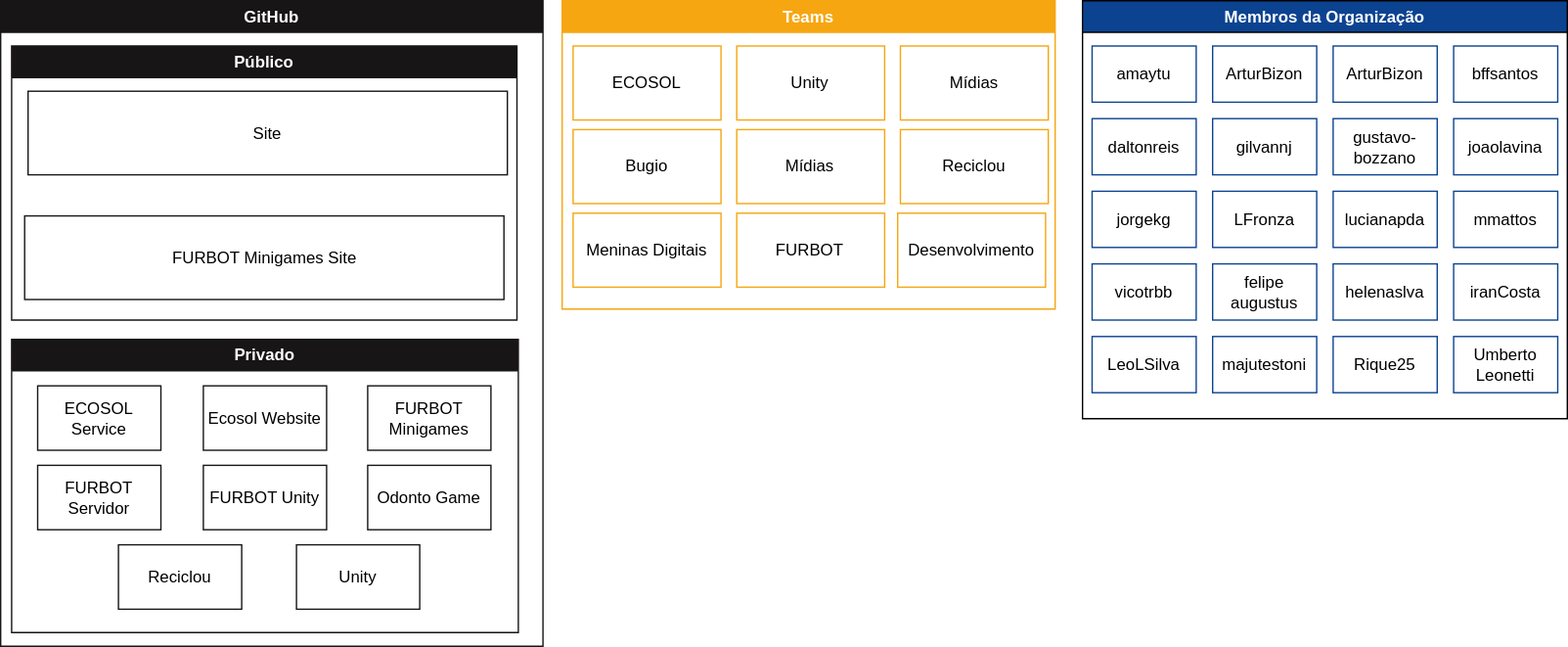
LDTTFURB/site keeps this draw.io diagram as organograma.drawio.svg. Above is the earlier version. Source tidied: cells renumbered, new cells last; positions are measured from the earlier drawing's top-left corner, leaving out a move shared by most shapes.
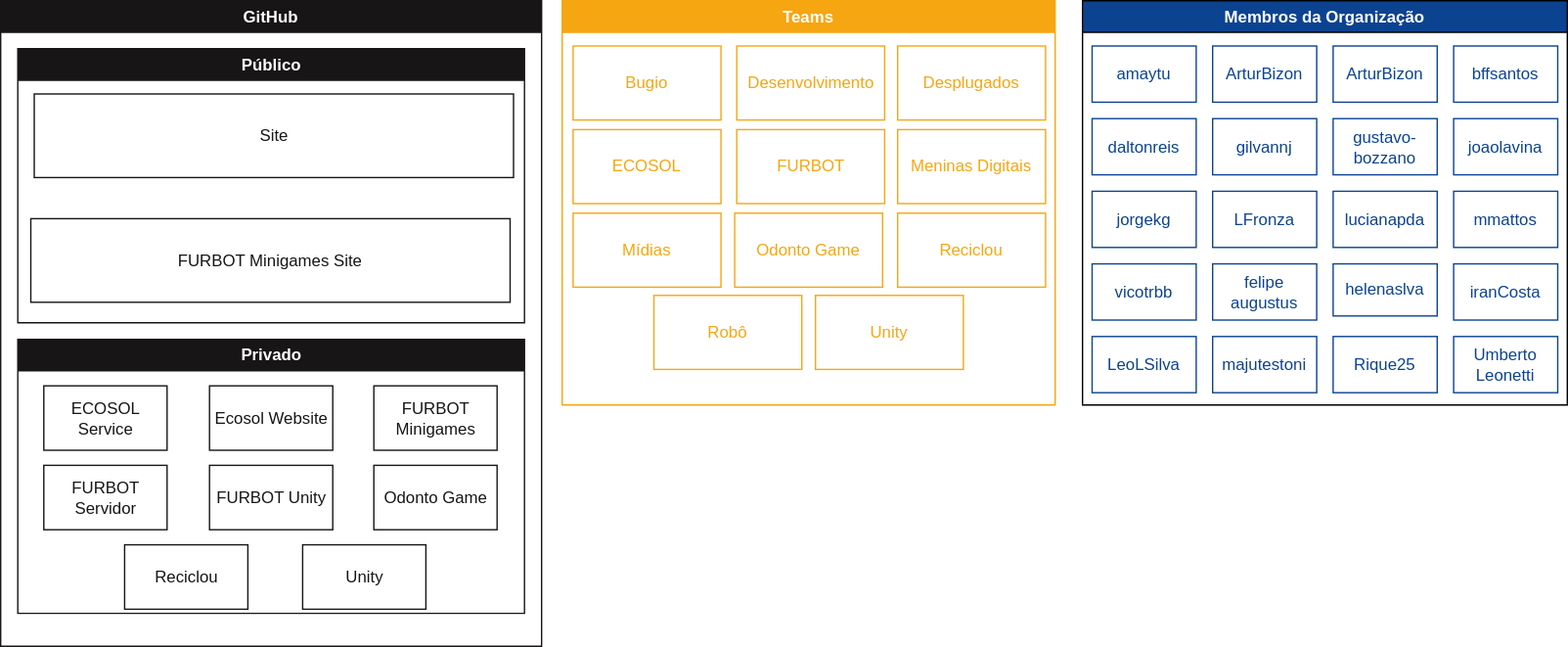
The same diagram one commit later.

Commit message:
organograma - fontes coloridas e fundo branco

What changed in the source:
```diff
@@ -3,136 +3,142 @@
     <mxCell id="0" />
     <mxCell id="1" parent="0" />
     <mxCell id="2" value="&lt;font color=&quot;#ffffff&quot;&gt;GitHub&lt;/font&gt;" style="swimlane;whiteSpace=wrap;html=1;fillColor=#171515;strokeColor=#171515;" parent="1" vertex="1">
-      <mxGeometry width="396" height="471" as="geometry" />
+      <mxGeometry width="395" height="471" as="geometry" />
     </mxCell>
     <mxCell id="3" value="&lt;font color=&quot;#ffffff&quot;&gt;Público&lt;/font&gt;" style="swimlane;whiteSpace=wrap;html=1;startSize=23;strokeColor=#171515;fillColor=#171515;" parent="2" vertex="1">
-      <mxGeometry x="8" y="33" width="369" height="200" as="geometry" />
+      <mxGeometry x="12.5" y="35" width="370" height="200" as="geometry" />
     </mxCell>
-    <mxCell id="4" value="Site" style="rounded=0;whiteSpace=wrap;html=1;strokeColor=#171515;" parent="3" vertex="1">
+    <mxCell id="4" value="&lt;font color=&quot;#171515&quot;&gt;Site&lt;/font&gt;" style="rounded=0;whiteSpace=wrap;html=1;strokeColor=#171515;fillColor=#FFFFFF;" parent="3" vertex="1">
       <mxGeometry x="12" y="33" width="350" height="61" as="geometry" />
     </mxCell>
-    <mxCell id="5" value="FURBOT Minigames Site" style="rounded=0;whiteSpace=wrap;html=1;gradientColor=none;strokeColor=#171515;" parent="3" vertex="1">
+    <mxCell id="5" value="&lt;font color=&quot;#171515&quot;&gt;FURBOT Minigames Site&lt;/font&gt;" style="rounded=0;whiteSpace=wrap;html=1;gradientColor=none;strokeColor=#171515;fillColor=#FFFFFF;" parent="3" vertex="1">
       <mxGeometry x="9.5" y="124" width="350" height="61" as="geometry" />
     </mxCell>
     <mxCell id="6" value="&lt;font color=&quot;#ffffff&quot;&gt;Privado&lt;/font&gt;" style="swimlane;whiteSpace=wrap;html=1;fillColor=#171515;strokeColor=#171515;startSize=23;" parent="2" vertex="1">
-      <mxGeometry x="8" y="247" width="370" height="214" as="geometry" />
+      <mxGeometry x="12.5" y="247" width="370" height="200" as="geometry" />
     </mxCell>
-    <mxCell id="7" value="Unity" style="rounded=0;whiteSpace=wrap;html=1;gradientColor=none;strokeColor=#171515;" parent="6" vertex="1">
+    <mxCell id="7" value="&lt;font color=&quot;#171515&quot;&gt;Unity&lt;/font&gt;" style="rounded=0;whiteSpace=wrap;html=1;gradientColor=none;strokeColor=#171515;fillColor=#FFFFFF;" parent="6" vertex="1">
       <mxGeometry x="208" y="150" width="90" height="47" as="geometry" />
     </mxCell>
-    <mxCell id="8" value="FURBOT Minigames" style="rounded=0;whiteSpace=wrap;html=1;gradientColor=none;strokeColor=#171515;" parent="6" vertex="1">
+    <mxCell id="8" value="&lt;font color=&quot;#171515&quot;&gt;FURBOT Minigames&lt;/font&gt;" style="rounded=0;whiteSpace=wrap;html=1;gradientColor=none;strokeColor=#171515;fillColor=#FFFFFF;" parent="6" vertex="1">
       <mxGeometry x="260" y="34" width="90" height="47" as="geometry" />
     </mxCell>
-    <mxCell id="9" value="Odonto Game" style="rounded=0;whiteSpace=wrap;html=1;gradientColor=none;strokeColor=#171515;" parent="6" vertex="1">
+    <mxCell id="9" value="&lt;font color=&quot;#171515&quot;&gt;Odonto Game&lt;/font&gt;" style="rounded=0;whiteSpace=wrap;html=1;gradientColor=none;strokeColor=#171515;fillColor=#FFFFFF;" parent="6" vertex="1">
       <mxGeometry x="260" y="92" width="90" height="47" as="geometry" />
     </mxCell>
-    <mxCell id="10" value="FURBOT Unity" style="rounded=0;whiteSpace=wrap;html=1;gradientColor=none;strokeColor=#171515;" parent="6" vertex="1">
+    <mxCell id="10" value="&lt;font color=&quot;#171515&quot;&gt;FURBOT Unity&lt;/font&gt;" style="rounded=0;whiteSpace=wrap;html=1;gradientColor=none;strokeColor=#171515;fillColor=#FFFFFF;" parent="6" vertex="1">
       <mxGeometry x="140" y="92" width="90" height="47" as="geometry" />
     </mxCell>
-    <mxCell id="11" value="Reciclou" style="rounded=0;whiteSpace=wrap;html=1;gradientColor=none;strokeColor=#171515;" parent="6" vertex="1">
+    <mxCell id="11" value="&lt;font color=&quot;#171515&quot;&gt;Reciclou&lt;/font&gt;" style="rounded=0;whiteSpace=wrap;html=1;gradientColor=none;strokeColor=#171515;fillColor=#FFFFFF;" parent="6" vertex="1">
       <mxGeometry x="78" y="150" width="90" height="47" as="geometry" />
     </mxCell>
-    <mxCell id="12" value="FURBOT Servidor" style="rounded=0;whiteSpace=wrap;html=1;gradientColor=none;strokeColor=#171515;" parent="6" vertex="1">
+    <mxCell id="12" value="&lt;font color=&quot;#171515&quot;&gt;FURBOT Servidor&lt;/font&gt;" style="rounded=0;whiteSpace=wrap;html=1;gradientColor=none;strokeColor=#171515;fillColor=#FFFFFF;" parent="6" vertex="1">
       <mxGeometry x="19" y="92" width="90" height="47" as="geometry" />
     </mxCell>
-    <mxCell id="13" value="ECOSOL&lt;br&gt;Service" style="rounded=0;whiteSpace=wrap;html=1;gradientColor=none;strokeColor=#171515;" parent="6" vertex="1">
+    <mxCell id="13" value="&lt;font color=&quot;#171515&quot;&gt;ECOSOL&lt;br&gt;Service&lt;/font&gt;" style="rounded=0;whiteSpace=wrap;html=1;gradientColor=none;strokeColor=#171515;fillColor=#FFFFFF;" parent="6" vertex="1">
       <mxGeometry x="19" y="34" width="90" height="47" as="geometry" />
     </mxCell>
-    <mxCell id="14" value="Ecosol Website" style="rounded=0;whiteSpace=wrap;html=1;gradientColor=none;strokeColor=#171515;" parent="6" vertex="1">
+    <mxCell id="14" value="&lt;font color=&quot;#171515&quot;&gt;Ecosol Website&lt;/font&gt;" style="rounded=0;whiteSpace=wrap;html=1;gradientColor=none;strokeColor=#171515;fillColor=#FFFFFF;" parent="6" vertex="1">
       <mxGeometry x="140" y="34" width="90" height="47" as="geometry" />
     </mxCell>
     <mxCell id="15" value="&lt;font color=&quot;#ffffff&quot;&gt;Membros da Organização&lt;/font&gt;" style="swimlane;whiteSpace=wrap;html=1;fillColor=#0c4391;" parent="1" vertex="1">
-      <mxGeometry x="790" width="354" height="305" as="geometry" />
+      <mxGeometry x="790" width="354" height="295" as="geometry" />
     </mxCell>
-    <mxCell id="16" value="amaytu" style="whiteSpace=wrap;html=1;strokeColor=#0c4391;" parent="15" vertex="1">
+    <mxCell id="16" value="&lt;font color=&quot;#0c4391&quot;&gt;amaytu&lt;/font&gt;" style="whiteSpace=wrap;html=1;strokeColor=#0c4391;fillColor=#FFFFFF;" parent="15" vertex="1">
       <mxGeometry x="7" y="33" width="76" height="41" as="geometry" />
     </mxCell>
-    <mxCell id="17" value="ArturBizon" style="whiteSpace=wrap;html=1;strokeColor=#0c4391;" parent="15" vertex="1">
+    <mxCell id="17" value="&lt;font color=&quot;#0c4391&quot;&gt;ArturBizon&lt;/font&gt;" style="whiteSpace=wrap;html=1;strokeColor=#0c4391;gradientColor=none;fillColor=#FFFFFF;" parent="15" vertex="1">
       <mxGeometry x="95" y="33" width="76" height="41" as="geometry" />
     </mxCell>
-    <mxCell id="18" value="ArturBizon" style="whiteSpace=wrap;html=1;strokeColor=#0c4391;" parent="15" vertex="1">
+    <mxCell id="18" value="&lt;font color=&quot;#0c4391&quot;&gt;ArturBizon&lt;/font&gt;" style="whiteSpace=wrap;html=1;strokeColor=#0c4391;fillColor=#FFFFFF;" parent="15" vertex="1">
       <mxGeometry x="183" y="33" width="76" height="41" as="geometry" />
     </mxCell>
-    <mxCell id="19" value="bffsantos" style="whiteSpace=wrap;html=1;strokeColor=#0c4391;" parent="15" vertex="1">
+    <mxCell id="19" value="&lt;font color=&quot;#0c4391&quot;&gt;bffsantos&lt;/font&gt;" style="whiteSpace=wrap;html=1;strokeColor=#0c4391;fillColor=#FFFFFF;" parent="15" vertex="1">
       <mxGeometry x="271" y="33" width="76" height="41" as="geometry" />
     </mxCell>
-    <mxCell id="20" value="daltonreis" style="whiteSpace=wrap;html=1;strokeColor=#0c4391;" parent="15" vertex="1">
+    <mxCell id="20" value="&lt;font color=&quot;#0c4391&quot;&gt;daltonreis&lt;/font&gt;" style="whiteSpace=wrap;html=1;strokeColor=#0c4391;fillColor=#FFFFFF;" parent="15" vertex="1">
       <mxGeometry x="7" y="86" width="76" height="41" as="geometry" />
     </mxCell>
-    <mxCell id="21" value="gilvannj&lt;br&gt;" style="whiteSpace=wrap;html=1;strokeColor=#0c4391;" parent="15" vertex="1">
+    <mxCell id="21" value="&lt;font color=&quot;#0c4391&quot;&gt;gilvannj&lt;/font&gt;" style="whiteSpace=wrap;html=1;strokeColor=#0c4391;fillColor=#FFFFFF;" parent="15" vertex="1">
       <mxGeometry x="95" y="86" width="76" height="41" as="geometry" />
     </mxCell>
-    <mxCell id="22" value="gustavo-bozzano" style="whiteSpace=wrap;html=1;strokeColor=#0c4391;" parent="15" vertex="1">
+    <mxCell id="22" value="&lt;font color=&quot;#0c4391&quot;&gt;gustavo-bozzano&lt;/font&gt;" style="whiteSpace=wrap;html=1;strokeColor=#0c4391;fillColor=#FFFFFF;" parent="15" vertex="1">
       <mxGeometry x="183" y="86" width="76" height="41" as="geometry" />
     </mxCell>
-    <mxCell id="23" value="joaolavina" style="whiteSpace=wrap;html=1;strokeColor=#0c4391;" parent="15" vertex="1">
+    <mxCell id="23" value="&lt;font color=&quot;#0c4391&quot;&gt;joaolavina&lt;/font&gt;" style="whiteSpace=wrap;html=1;strokeColor=#0c4391;fillColor=#FFFFFF;" parent="15" vertex="1">
       <mxGeometry x="271" y="86" width="76" height="41" as="geometry" />
     </mxCell>
-    <mxCell id="24" value="jorgekg&lt;br&gt;" style="whiteSpace=wrap;html=1;strokeColor=#0c4391;" parent="15" vertex="1">
+    <mxCell id="24" value="&lt;font color=&quot;#0c4391&quot;&gt;jorgekg&lt;/font&gt;" style="whiteSpace=wrap;html=1;strokeColor=#0c4391;fillColor=#FFFFFF;" parent="15" vertex="1">
       <mxGeometry x="7" y="139" width="76" height="41" as="geometry" />
     </mxCell>
-    <mxCell id="25" value="LFronza" style="whiteSpace=wrap;html=1;strokeColor=#0c4391;" parent="15" vertex="1">
+    <mxCell id="25" value="&lt;font color=&quot;#0c4391&quot;&gt;LFronza&lt;/font&gt;" style="whiteSpace=wrap;html=1;strokeColor=#0c4391;fillColor=#FFFFFF;" parent="15" vertex="1">
       <mxGeometry x="95" y="139" width="76" height="41" as="geometry" />
     </mxCell>
-    <mxCell id="26" value="lucianapda" style="whiteSpace=wrap;html=1;strokeColor=#0c4391;" parent="15" vertex="1">
+    <mxCell id="26" value="&lt;font color=&quot;#0c4391&quot;&gt;lucianapda&lt;/font&gt;" style="whiteSpace=wrap;html=1;strokeColor=#0c4391;fillColor=#FFFFFF;" parent="15" vertex="1">
       <mxGeometry x="183" y="139" width="76" height="41" as="geometry" />
     </mxCell>
-    <mxCell id="27" value="mmattos" style="whiteSpace=wrap;html=1;strokeColor=#0c4391;" parent="15" vertex="1">
+    <mxCell id="27" value="&lt;font color=&quot;#0c4391&quot;&gt;mmattos&lt;/font&gt;" style="whiteSpace=wrap;html=1;strokeColor=#0c4391;fillColor=#FFFFFF;" parent="15" vertex="1">
       <mxGeometry x="271" y="139" width="76" height="41" as="geometry" />
     </mxCell>
-    <mxCell id="28" value="vicotrbb" style="whiteSpace=wrap;html=1;strokeColor=#0c4391;" parent="15" vertex="1">
+    <mxCell id="28" value="&lt;font color=&quot;#0c4391&quot;&gt;vicotrbb&lt;/font&gt;" style="whiteSpace=wrap;html=1;strokeColor=#0c4391;fillColor=#FFFFFF;" parent="15" vertex="1">
       <mxGeometry x="7" y="192" width="76" height="41" as="geometry" />
     </mxCell>
-    <mxCell id="29" value="felipe&lt;br&gt;augustus" style="whiteSpace=wrap;html=1;strokeColor=#0c4391;" parent="15" vertex="1">
+    <mxCell id="29" value="&lt;font color=&quot;#0c4391&quot;&gt;felipe&lt;br&gt;augustus&lt;/font&gt;" style="whiteSpace=wrap;html=1;strokeColor=#0c4391;fillColor=#FFFFFF;" parent="15" vertex="1">
       <mxGeometry x="95" y="192" width="76" height="41" as="geometry" />
     </mxCell>
-    <mxCell id="30" value="helenaslva" style="whiteSpace=wrap;html=1;strokeColor=#0c4391;" parent="15" vertex="1">
-      <mxGeometry x="183" y="192" width="76" height="41" as="geometry" />
+    <mxCell id="30" value="&lt;font color=&quot;#0c4391&quot;&gt;helenaslva&lt;/font&gt;" style="whiteSpace=wrap;html=1;strokeColor=#0c4391;fillColor=#FFFFFF;" parent="15" vertex="1">
+      <mxGeometry x="183" y="192" width="76" height="38" as="geometry" />
     </mxCell>
-    <mxCell id="31" value="iranCosta" style="whiteSpace=wrap;html=1;strokeColor=#0c4391;" parent="15" vertex="1">
+    <mxCell id="31" value="&lt;font color=&quot;#0c4391&quot;&gt;iranCosta&lt;/font&gt;" style="whiteSpace=wrap;html=1;strokeColor=#0c4391;fillColor=#FFFFFF;" parent="15" vertex="1">
       <mxGeometry x="271" y="192" width="76" height="41" as="geometry" />
     </mxCell>
-    <mxCell id="32" value="LeoLSilva" style="whiteSpace=wrap;html=1;strokeColor=#0c4391;" parent="15" vertex="1">
+    <mxCell id="32" value="&lt;font color=&quot;#0c4391&quot;&gt;LeoLSilva&lt;/font&gt;" style="whiteSpace=wrap;html=1;strokeColor=#0c4391;fillColor=#FFFFFF;" parent="15" vertex="1">
       <mxGeometry x="7" y="245" width="76" height="41" as="geometry" />
     </mxCell>
-    <mxCell id="33" value="majutestoni" style="whiteSpace=wrap;html=1;strokeColor=#0c4391;" parent="15" vertex="1">
+    <mxCell id="33" value="&lt;font color=&quot;#0c4391&quot;&gt;majutestoni&lt;/font&gt;" style="whiteSpace=wrap;html=1;strokeColor=#0c4391;fillColor=#FFFFFF;" parent="15" vertex="1">
       <mxGeometry x="95" y="245" width="76" height="41" as="geometry" />
     </mxCell>
-    <mxCell id="34" value="Rique25" style="whiteSpace=wrap;html=1;strokeColor=#0c4391;" parent="15" vertex="1">
+    <mxCell id="34" value="&lt;font color=&quot;#0c4391&quot;&gt;Rique25&lt;/font&gt;" style="whiteSpace=wrap;html=1;strokeColor=#0c4391;fillColor=#FFFFFF;" parent="15" vertex="1">
       <mxGeometry x="183" y="245" width="76" height="41" as="geometry" />
     </mxCell>
-    <mxCell id="35" value="Umberto&lt;br&gt;Leonetti" style="whiteSpace=wrap;html=1;strokeColor=#0c4391;" parent="15" vertex="1">
+    <mxCell id="35" value="&lt;font color=&quot;#0c4391&quot;&gt;Umberto&lt;br&gt;Leonetti&lt;/font&gt;" style="whiteSpace=wrap;html=1;strokeColor=#0c4391;fillColor=#FFFFFF;" parent="15" vertex="1">
       <mxGeometry x="271" y="245" width="76" height="41" as="geometry" />
     </mxCell>
     <mxCell id="36" value="&lt;font color=&quot;#ffffff&quot;&gt;Teams&lt;/font&gt;" style="swimlane;whiteSpace=wrap;html=1;fillColor=#F6A611;startSize=23;strokeColor=#F6A611;" parent="1" vertex="1">
-      <mxGeometry x="410" width="360" height="225" as="geometry" />
+      <mxGeometry x="410" width="360" height="295" as="geometry" />
     </mxCell>
-    <mxCell id="37" value="ECOSOL&lt;br&gt;" style="rounded=0;whiteSpace=wrap;html=1;strokeColor=#F6A611;" parent="36" vertex="1">
-      <mxGeometry x="8" y="33" width="108" height="54" as="geometry" />
+    <mxCell id="37" value="&lt;font color=&quot;#f6a611&quot;&gt;ECOSOL&lt;/font&gt;" style="rounded=0;whiteSpace=wrap;html=1;strokeColor=#F6A611;fillColor=#FFFFFF;" parent="36" vertex="1">
+      <mxGeometry x="8" y="94" width="108" height="54" as="geometry" />
     </mxCell>
-    <mxCell id="38" value="Bugio" style="rounded=0;whiteSpace=wrap;html=1;strokeColor=#F6A611;" parent="36" vertex="1">
-      <mxGeometry x="8" y="94" width="108" height="54" as="geometry" />
+    <mxCell id="38" value="&lt;font color=&quot;#f6a611&quot;&gt;Bugio&lt;/font&gt;" style="rounded=0;whiteSpace=wrap;html=1;strokeColor=#F6A611;fillColor=#FFFFFF;" parent="36" vertex="1">
+      <mxGeometry x="8" y="33" width="108" height="54" as="geometry" />
     </mxCell>
-    <mxCell id="39" value="Mídias" style="rounded=0;whiteSpace=wrap;html=1;strokeColor=#F6A611;" parent="36" vertex="1">
-      <mxGeometry x="127.5" y="94" width="108" height="54" as="geometry" />
-    </mxCell>
-    <mxCell id="40" value="Unity" style="rounded=0;whiteSpace=wrap;html=1;strokeColor=#F6A611;" parent="36" vertex="1">
-      <mxGeometry x="127.5" y="33" width="108" height="54" as="geometry" />
-    </mxCell>
-    <mxCell id="41" value="Mídias&lt;br&gt;" style="rounded=0;whiteSpace=wrap;html=1;strokeColor=#F6A611;" parent="36" vertex="1">
-      <mxGeometry x="247" y="33" width="108" height="54" as="geometry" />
+    <mxCell id="41" value="&lt;font color=&quot;#f6a611&quot;&gt;Mídias&lt;/font&gt;" style="rounded=0;whiteSpace=wrap;html=1;strokeColor=#F6A611;fillColor=#FFFFFF;" parent="36" vertex="1">
+      <mxGeometry x="8" y="155" width="108" height="54" as="geometry" />
     </mxCell>
-    <mxCell id="42" value="Reciclou" style="rounded=0;whiteSpace=wrap;html=1;strokeColor=#F6A611;" parent="36" vertex="1">
-      <mxGeometry x="247" y="94" width="108" height="54" as="geometry" />
-    </mxCell>
-    <mxCell id="43" value="Meninas Digitais" style="rounded=0;whiteSpace=wrap;html=1;strokeColor=#F6A611;" parent="36" vertex="1">
-      <mxGeometry x="8" y="155" width="108" height="54" as="geometry" />
+    <mxCell id="43" value="&lt;font color=&quot;#f6a611&quot;&gt;Meninas Digitais&lt;/font&gt;" style="rounded=0;whiteSpace=wrap;html=1;strokeColor=#F6A611;fillColor=#FFFFFF;" parent="36" vertex="1">
+      <mxGeometry x="245" y="94" width="108" height="54" as="geometry" />
     </mxCell>
-    <mxCell id="44" value="FURBOT" style="rounded=0;whiteSpace=wrap;html=1;strokeColor=#F6A611;" parent="36" vertex="1">
-      <mxGeometry x="127.5" y="155" width="108" height="54" as="geometry" />
+    <mxCell id="44" value="&lt;font color=&quot;#f6a611&quot;&gt;FURBOT&lt;/font&gt;" style="rounded=0;whiteSpace=wrap;html=1;strokeColor=#F6A611;fillColor=#FFFFFF;" parent="36" vertex="1">
+      <mxGeometry x="127.5" y="94" width="108" height="54" as="geometry" />
     </mxCell>
-    <mxCell id="45" value="Desenvolvimento" style="rounded=0;whiteSpace=wrap;html=1;strokeColor=#F6A611;" parent="36" vertex="1">
-      <mxGeometry x="245" y="155" width="108" height="54" as="geometry" />
+    <mxCell id="45" value="&lt;font color=&quot;#f6a611&quot;&gt;Desenvolvimento&lt;/font&gt;" style="rounded=0;whiteSpace=wrap;html=1;strokeColor=#F6A611;fillColor=#FFFFFF;" parent="36" vertex="1">
+      <mxGeometry x="127.5" y="33" width="108" height="54" as="geometry" />
     </mxCell>
+    <mxCell id="46" value="&lt;font color=&quot;#f6a611&quot;&gt;Odonto Game&lt;/font&gt;" style="rounded=0;whiteSpace=wrap;html=1;strokeColor=#F6A611;fillColor=#FFFFFF;" parent="36" vertex="1">
+      <mxGeometry x="126" y="155" width="108" height="54" as="geometry" />
+    </mxCell>
+    <mxCell id="47" value="&lt;font color=&quot;#f6a611&quot;&gt;Robô&lt;/font&gt;" style="rounded=0;whiteSpace=wrap;html=1;strokeColor=#F6A611;fillColor=#FFFFFF;" parent="36" vertex="1">
+      <mxGeometry x="67" y="215" width="108" height="54" as="geometry" />
+    </mxCell>
+    <mxCell id="48" value="&lt;font color=&quot;#f6a611&quot;&gt;Desplugados&lt;/font&gt;" style="rounded=0;whiteSpace=wrap;html=1;strokeColor=#F6A611;fillColor=#FFFFFF;" parent="36" vertex="1">
+      <mxGeometry x="245" y="33" width="108" height="54" as="geometry" />
+    </mxCell>
+    <mxCell id="40" value="&lt;font color=&quot;#f6a611&quot;&gt;Unity&lt;/font&gt;" style="rounded=0;whiteSpace=wrap;html=1;strokeColor=#F6A611;fillColor=#FFFFFF;" parent="36" vertex="1">
+      <mxGeometry x="185" y="215" width="108" height="54" as="geometry" />
+    </mxCell>
+    <mxCell id="42" value="&lt;font color=&quot;#f6a611&quot;&gt;Reciclou&lt;/font&gt;" style="rounded=0;whiteSpace=wrap;html=1;strokeColor=#F6A611;fillColor=#FFFFFF;" parent="36" vertex="1">
+      <mxGeometry x="245" y="155" width="108" height="54" as="geometry" />
+    </mxCell>
   </root>
 </mxGraphModel>
```
